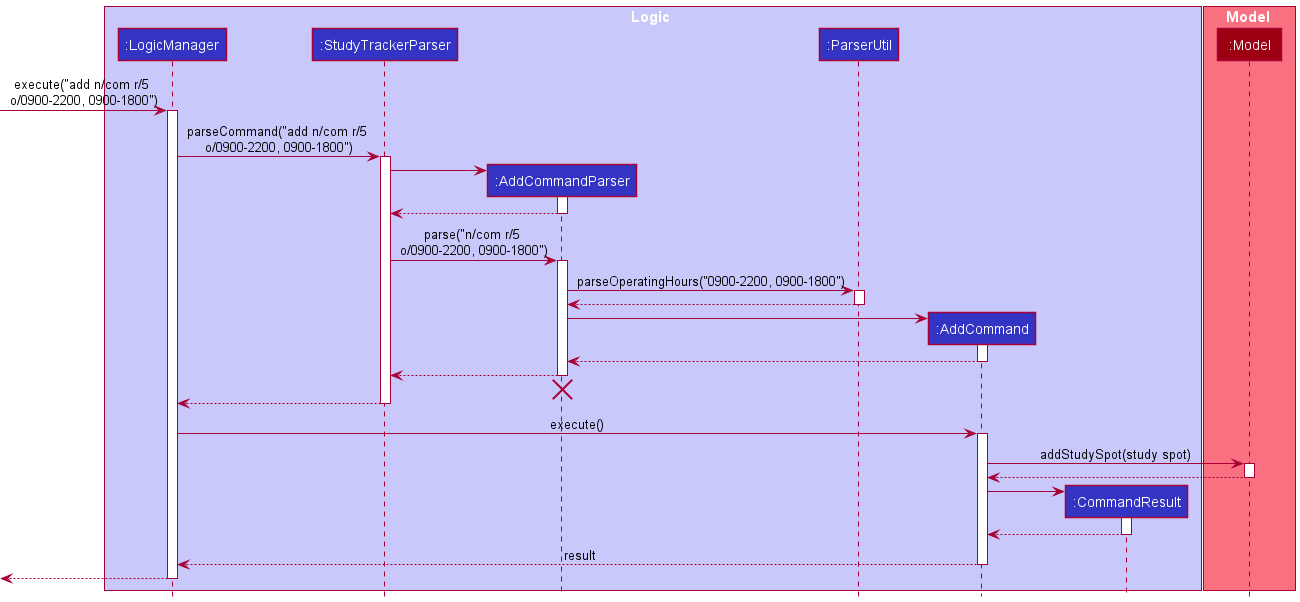
ruoyann/tp keeps this PlantUML diagram as docs/images/AddOperatingHoursSequenceDiagram.png. Above is the earlier version.
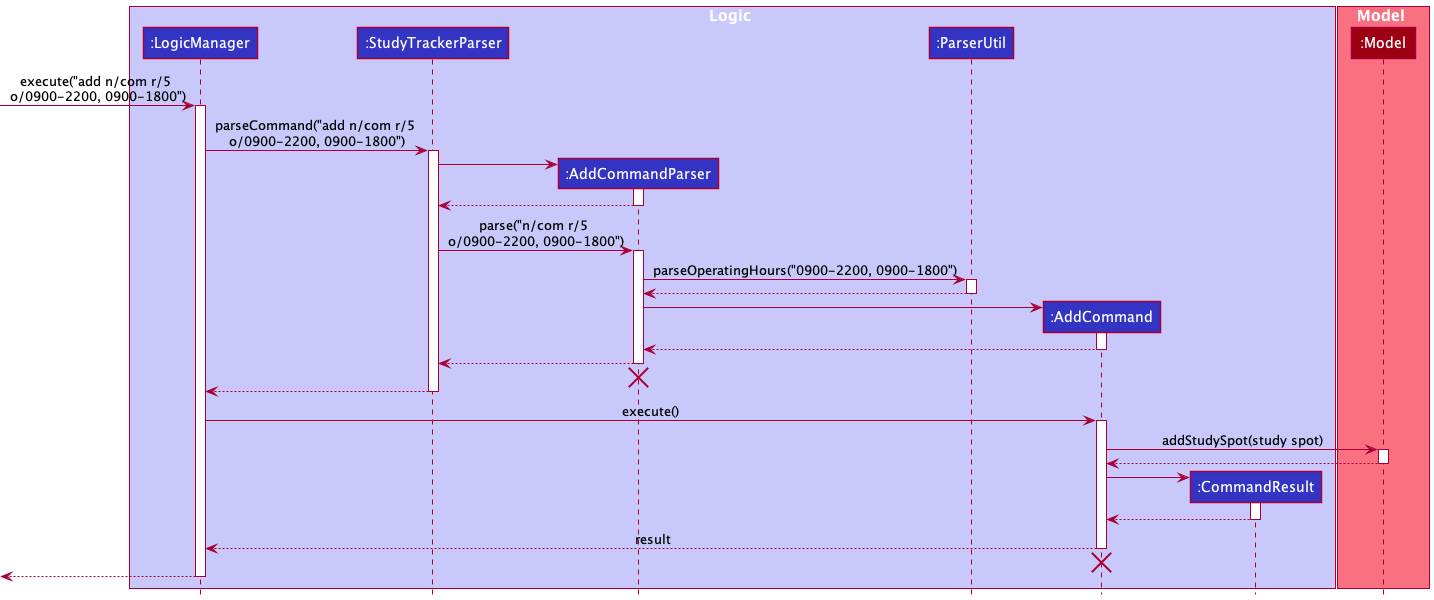
Above is the later version.

The edit, as a diff of the source:
```diff
@@ -69,6 +69,8 @@
 
 AddCommand --> LogicManager : result
 deactivate AddCommand
+AddCommand -[hidden]-> StudyTrackerParser
+destroy AddCommand
 
 [<--LogicManager
 deactivate LogicManager
```
